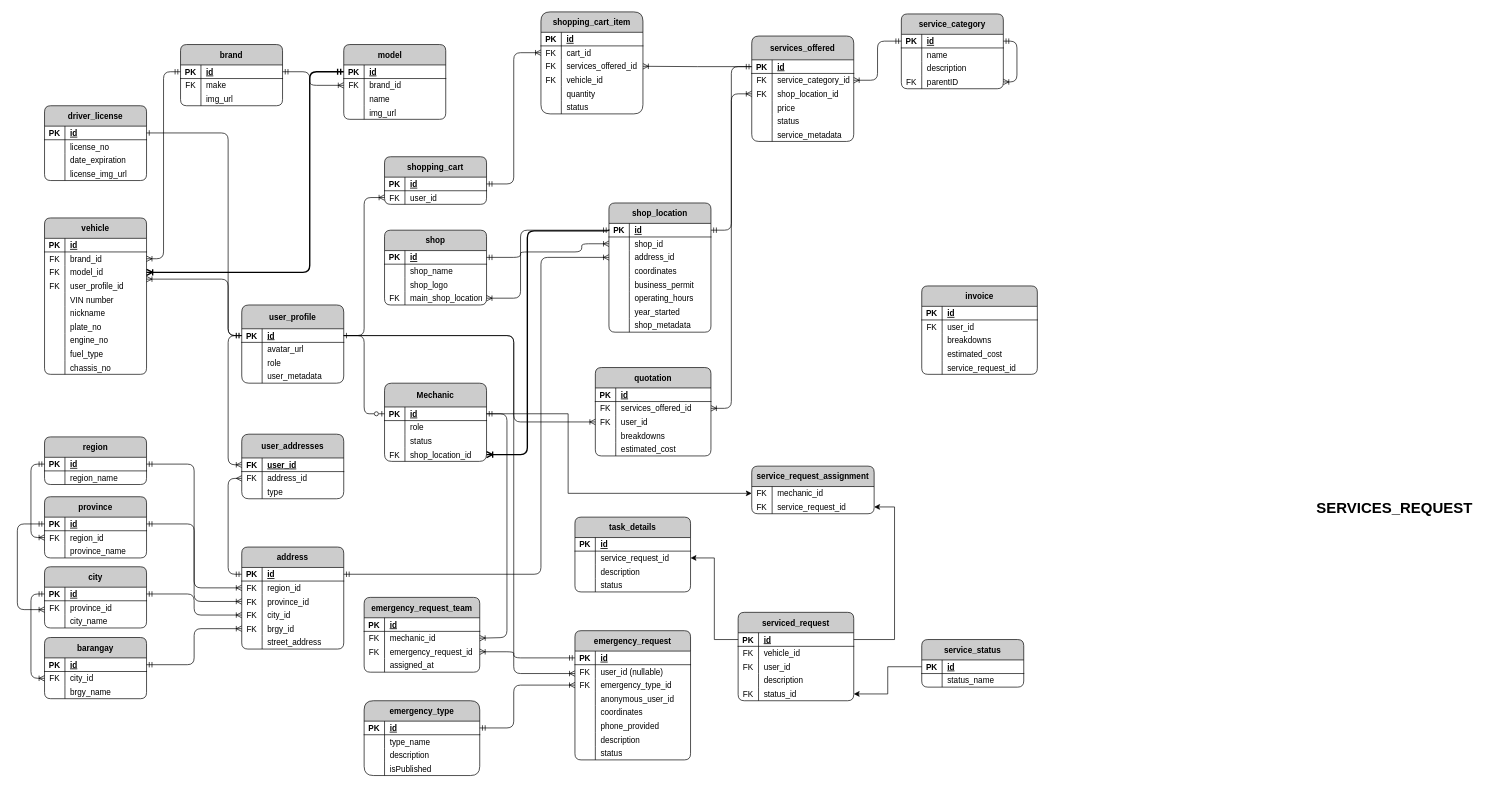
This is Automate ERD.drawio from PitZza04/drawIO, a draw.io file, before an edit. Source tidied: cells renumbered, new cells numbered last; positions are measured from the earlier drawing's top-left corner, leaving out a move shared by most shapes. Both pictures are drawn from the tidied source at 68%, with x=0, y=0 at pixel (17, 12).
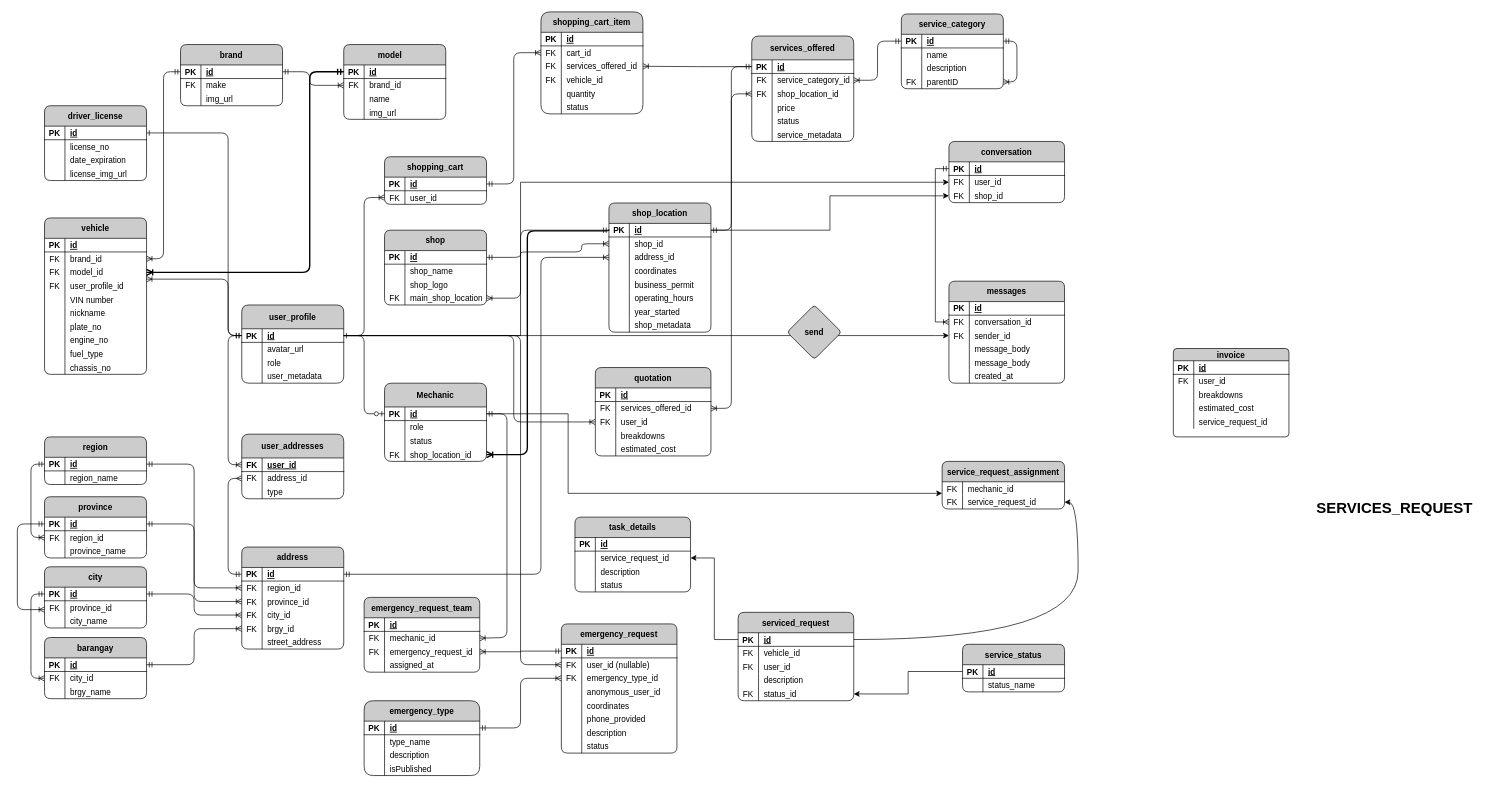
After the change.

The change refers to these unchanged cells:
```xml
<mxCell id="17" style="shape=partialRectangle;fillColor=none;top=0;left=0;bottom=1;right=0;points=[[0,0.5],[1,0.5]];portConstraint=eastwest;shadow=0;" parent="16" vertex="1">
  <mxGeometry y="35" width="150" height="20" as="geometry" />
</mxCell>
<mxCell id="178" style="shape=partialRectangle;fillColor=none;top=0;left=0;bottom=1;right=0;points=[[0,0.5],[1,0.5]];portConstraint=eastwest;shadow=0;" parent="177" vertex="1">
  <mxGeometry y="30" width="170" height="20" as="geometry" />
</mxCell>
<mxCell id="208" style="shape=partialRectangle;fillColor=none;top=0;left=0;bottom=1;right=0;points=[[0,0.5],[1,0.5]];portConstraint=eastwest;shadow=0;" parent="207" vertex="1">
  <mxGeometry y="30" width="150" height="20" as="geometry" />
</mxCell>
<mxCell id="233" style="shape=partialRectangle;fillColor=none;top=0;left=0;bottom=1;right=0;points=[[0,0.5],[1,0.5]];portConstraint=eastwest;shadow=0;" parent="232" vertex="1">
  <mxGeometry y="30" width="170" height="20" as="geometry" />
</mxCell>
<mxCell id="236" style="shape=partialRectangle;fillColor=none;top=0;left=0;bottom=0;right=0;points=[[0,0.5],[1,0.5]];portConstraint=eastwest;shadow=0;" parent="232" vertex="1">
  <mxGeometry y="50" width="170" height="20" as="geometry" />
</mxCell>
<mxCell id="239" style="shape=partialRectangle;fillColor=none;top=0;left=0;bottom=0;right=0;points=[[0,0.5],[1,0.5]];portConstraint=eastwest;shadow=0;" parent="232" vertex="1">
  <mxGeometry y="70" width="170" height="20" as="geometry" />
</mxCell>
<mxCell id="264" style="shape=partialRectangle;fillColor=none;top=0;left=0;bottom=0;right=0;points=[[0,0.5],[1,0.5]];portConstraint=eastwest;shadow=0;" parent="257" vertex="1">
  <mxGeometry y="70" width="170" height="20" as="geometry" />
</mxCell>
<mxCell id="325" style="shape=partialRectangle;fillColor=none;top=0;left=0;bottom=1;right=0;points=[[0,0.5],[1,0.5]];portConstraint=eastwest;shadow=0;" parent="324" vertex="1">
  <mxGeometry y="30" width="170" height="20" as="geometry" />
</mxCell>
<mxCell id="399" style="shape=partialRectangle;fillColor=none;top=0;left=0;bottom=0;right=0;points=[[0,0.5],[1,0.5]];portConstraint=eastwest;shadow=0;" parent="395" vertex="1">
  <mxGeometry y="50" width="180" height="20" as="geometry" />
</mxCell>
```

The edit, as a diff of the source:
```diff
@@
     <mxCell id="232" value="emergency_request" style="shape=table;startSize=30;childLayout=tableLayout;rowLines=0;fontStyle=1;align=center;fillColor=#CCCCCC;strokeColor=#000000;rounded=1;arcSize=10;shadow=0;" parent="1" vertex="1">
-      <mxGeometry x="820" y="910" width="170" height="190" as="geometry" />
+      <mxGeometry x="800" y="900" width="170" height="190" as="geometry" />
     </mxCell>
@@
-    <mxCell id="322" style="edgeStyle=orthogonalEdgeStyle;rounded=1;jettySize=auto;html=1;exitX=0;exitY=0.5;exitDx=0;exitDy=0;endArrow=ERoneToMany;endFill=0;startArrow=ERmandOne;startFill=0;entryX=1;entryY=0.5;entryDx=0;entryDy=0;" parent="1" edge="1" source="233" target="264">
-      <mxGeometry relative="1" as="geometry">
-        <Array as="points">
-          <mxPoint x="730" y="950" />
-          <mxPoint x="730" y="941" />
-        </Array>
-      </mxGeometry>
-    </mxCell>
@@
-    <mxCell id="342" style="edgeStyle=orthogonalEdgeStyle;rounded=1;jettySize=auto;html=1;exitX=1;exitY=0.5;exitDx=0;exitDy=0;entryX=0;entryY=0.5;entryDx=0;entryDy=0;startArrow=ERmandOne;startFill=0;endArrow=ERoneToMany;endFill=0;" parent="1" edge="1" source="178" target="239">
+    <mxCell id="342" style="edgeStyle=orthogonalEdgeStyle;rounded=1;jettySize=auto;html=1;exitX=1;exitY=0.5;exitDx=0;exitDy=0;startArrow=ERmandOne;startFill=0;endArrow=ERoneToMany;endFill=0;" parent="1" edge="1" source="178" target="239">
       <mxGeometry relative="1" as="geometry">
         <Array as="points">
-          <mxPoint x="730" y="1053" />
-          <mxPoint x="730" y="990" />
+          <mxPoint x="740" y="1053" />
+          <mxPoint x="740" y="980" />
         </Array>
       </mxGeometry>
     </mxCell>
@@
-    <mxCell id="348" style="edgeStyle=orthogonalEdgeStyle;rounded=1;jettySize=auto;html=1;exitX=1;exitY=0.5;exitDx=0;exitDy=0;endArrow=ERoneToMany;endFill=0;" parent="1" edge="1" source="17">
+    <mxCell id="348" style="edgeStyle=orthogonalEdgeStyle;rounded=1;jettySize=auto;html=1;exitX=1;exitY=0.5;exitDx=0;exitDy=0;endArrow=ERoneToMany;endFill=0;" parent="1" edge="1" source="17" target="236">
       <mxGeometry relative="1" as="geometry">
-        <mxPoint x="820" y="973" as="targetPoint" />
         <Array as="points">
-          <mxPoint x="730" y="476" />
-          <mxPoint x="730" y="973" />
+          <mxPoint x="740" y="476" />
+          <mxPoint x="740" y="960" />
         </Array>
       </mxGeometry>
     </mxCell>
@@
-    <mxCell id="366" value="invoice" style="shape=table;startSize=30;childLayout=tableLayout;rowLines=0;fontStyle=1;align=center;fillColor=#CCCCCC;strokeColor=#000000;rounded=1;arcSize=10;shadow=0;" parent="1" vertex="1">
-      <mxGeometry x="1330" y="403" width="170" height="130" as="geometry" />
+    <mxCell id="366" value="invoice" style="shape=table;startSize=18;childLayout=tableLayout;rowLines=0;fontStyle=1;align=center;fillColor=#CCCCCC;strokeColor=#000000;rounded=1;arcSize=10;shadow=0;" parent="1" vertex="1">
+      <mxGeometry x="1700" y="495" width="170" height="130" as="geometry" />
     </mxCell>
     <mxCell id="367" style="shape=partialRectangle;fillColor=none;top=0;left=0;bottom=1;right=0;shadow=0;" parent="366" vertex="1">
-      <mxGeometry y="30" width="170" height="20" as="geometry" />
+      <mxGeometry y="18" width="170" height="20" as="geometry" />
     </mxCell>
@@
     <mxCell id="370" style="shape=partialRectangle;fillColor=none;top=0;left=0;bottom=0;right=0;shadow=0;" parent="366" vertex="1">
-      <mxGeometry y="50" width="170" height="20" as="geometry" />
+      <mxGeometry y="38" width="170" height="20" as="geometry" />
     </mxCell>
@@
     <mxCell id="373" style="shape=partialRectangle;fillColor=none;top=0;left=0;bottom=0;right=0;shadow=0;" parent="366" vertex="1">
-      <mxGeometry y="70" width="170" height="20" as="geometry" />
+      <mxGeometry y="58" width="170" height="20" as="geometry" />
     </mxCell>
@@
     <mxCell id="376" style="shape=partialRectangle;fillColor=none;top=0;left=0;bottom=0;right=0;shadow=0;" parent="366" vertex="1">
-      <mxGeometry y="90" width="170" height="20" as="geometry" />
+      <mxGeometry y="78" width="170" height="20" as="geometry" />
     </mxCell>
@@
     <mxCell id="379" style="shape=partialRectangle;fillColor=none;top=0;left=0;bottom=0;right=0;shadow=0;" parent="366" vertex="1">
-      <mxGeometry y="110" width="170" height="20" as="geometry" />
+      <mxGeometry y="98" width="170" height="20" as="geometry" />
     </mxCell>
@@
     <mxCell id="395" value="service_request_assignment" style="shape=table;startSize=30;childLayout=tableLayout;rowLines=0;fontStyle=1;align=center;fillColor=#CCCCCC;strokeColor=#000000;rounded=1;arcSize=10;shadow=0;" parent="1" vertex="1">
-      <mxGeometry x="1080" y="668" width="180" height="70" as="geometry" />
+      <mxGeometry x="1360" y="661" width="180" height="70" as="geometry" />
     </mxCell>
@@
     <mxCell id="402" value="service_status" style="shape=table;startSize=30;childLayout=tableLayout;rowLines=0;fontStyle=1;align=center;fillColor=#CCCCCC;strokeColor=#000000;rounded=1;arcSize=10;shadow=0;" parent="1" vertex="1">
-      <mxGeometry x="1330" y="923" width="150" height="70" as="geometry" />
+      <mxGeometry x="1390" y="930" width="150" height="70" as="geometry" />
     </mxCell>
@@
-    <mxCell id="416" style="edgeStyle=orthogonalEdgeStyle;rounded=0;jettySize=auto;html=1;exitX=1;exitY=0.5;exitDx=0;exitDy=0;entryX=1;entryY=0.5;entryDx=0;entryDy=0;" parent="1" edge="1" source="325" target="399">
-      <mxGeometry relative="1" as="geometry">
-        <Array as="points">
-          <mxPoint x="1290" y="923" />
-          <mxPoint x="1290" y="728" />
-        </Array>
-      </mxGeometry>
+    <mxCell id="416" style="edgeStyle=orthogonalEdgeStyle;rounded=0;jettySize=auto;html=1;exitX=1;exitY=0.5;exitDx=0;exitDy=0;entryX=1;entryY=0.5;entryDx=0;entryDy=0;curved=1;" parent="1" edge="1" source="325" target="399">
+      <mxGeometry relative="1" as="geometry" />
     </mxCell>
@@
+    <mxCell id="419" value="conversation" style="shape=table;startSize=30;childLayout=tableLayout;rowLines=0;fontStyle=1;align=center;fillColor=#CCCCCC;strokeColor=#000000;rounded=1;arcSize=10;shadow=0;" parent="1" vertex="1">
+      <mxGeometry x="1370" y="190.5" width="170" height="90" as="geometry" />
+    </mxCell>
+    <mxCell id="420" style="shape=partialRectangle;fillColor=none;top=0;left=0;bottom=1;right=0;points=[[0,0.5],[1,0.5]];portConstraint=eastwest;shadow=0;" parent="419" vertex="1">
+      <mxGeometry y="30" width="170" height="20" as="geometry" />
+    </mxCell>
+    <mxCell id="421" value="PK" style="shape=partialRectangle;fillColor=none;top=0;left=0;bottom=0;right=0;fontStyle=1;overflow=hidden;shadow=0;" parent="420" vertex="1">
+      <mxGeometry width="30" height="20" as="geometry" />
+    </mxCell>
+    <mxCell id="422" value="id" style="shape=partialRectangle;fillColor=none;top=0;left=0;bottom=0;right=0;align=left;spacingLeft=6;fontStyle=5;overflow=hidden;shadow=0;" parent="420" vertex="1">
+      <mxGeometry x="30" width="140" height="20" as="geometry" />
+    </mxCell>
+    <mxCell id="423" style="shape=partialRectangle;fillColor=none;top=0;left=0;bottom=0;right=0;points=[[0,0.5],[1,0.5]];portConstraint=eastwest;shadow=0;" parent="419" vertex="1">
+      <mxGeometry y="50" width="170" height="20" as="geometry" />
+    </mxCell>
+    <mxCell id="424" value="FK" style="shape=partialRectangle;fillColor=none;top=0;left=0;bottom=0;right=0;overflow=hidden;shadow=0;" parent="423" vertex="1">
+      <mxGeometry width="30" height="20" as="geometry" />
+    </mxCell>
+    <mxCell id="425" value="user_id" style="shape=partialRectangle;fillColor=none;top=0;left=0;bottom=0;right=0;align=left;spacingLeft=6;overflow=hidden;shadow=0;" parent="423" vertex="1">
+      <mxGeometry x="30" width="140" height="20" as="geometry" />
+    </mxCell>
+    <mxCell id="426" style="shape=partialRectangle;fillColor=none;top=0;left=0;bottom=0;right=0;points=[[0,0.5],[1,0.5]];portConstraint=eastwest;shadow=0;" parent="419" vertex="1">
+      <mxGeometry y="70" width="170" height="20" as="geometry" />
+    </mxCell>
+    <mxCell id="427" value="FK" style="shape=partialRectangle;fillColor=none;top=0;left=0;bottom=0;right=0;overflow=hidden;shadow=0;" parent="426" vertex="1">
+      <mxGeometry width="30" height="20" as="geometry" />
+    </mxCell>
+    <mxCell id="428" value="shop_id" style="shape=partialRectangle;fillColor=none;top=0;left=0;bottom=0;right=0;align=left;spacingLeft=6;overflow=hidden;shadow=0;" parent="426" vertex="1">
+      <mxGeometry x="30" width="140" height="20" as="geometry" />
+    </mxCell>
+    <mxCell id="429" value="messages" style="shape=table;startSize=30;childLayout=tableLayout;rowLines=0;fontStyle=1;align=center;fillColor=#CCCCCC;strokeColor=#000000;rounded=1;arcSize=10;shadow=0;" parent="1" vertex="1">
+      <mxGeometry x="1370" y="396" width="170" height="150" as="geometry" />
+    </mxCell>
+    <mxCell id="430" style="shape=partialRectangle;fillColor=none;top=0;left=0;bottom=1;right=0;shadow=0;" parent="429" vertex="1">
+      <mxGeometry y="30" width="170" height="20" as="geometry" />
+    </mxCell>
+    <mxCell id="431" value="PK" style="shape=partialRectangle;fillColor=none;top=0;left=0;bottom=0;right=0;fontStyle=1;overflow=hidden;shadow=0;" parent="430" vertex="1">
+      <mxGeometry width="30" height="20" as="geometry" />
+    </mxCell>
+    <mxCell id="432" value="id" style="shape=partialRectangle;fillColor=none;top=0;left=0;bottom=0;right=0;align=left;spacingLeft=6;fontStyle=5;overflow=hidden;shadow=0;" parent="430" vertex="1">
+      <mxGeometry x="30" width="140" height="20" as="geometry" />
+    </mxCell>
+    <mxCell id="433" style="shape=partialRectangle;fillColor=none;top=0;left=0;bottom=0;right=0;points=[[0,0.5],[1,0.5]];portConstraint=eastwest;shadow=0;" parent="429" vertex="1">
+      <mxGeometry y="50" width="170" height="20" as="geometry" />
+    </mxCell>
+    <mxCell id="434" value="FK" style="shape=partialRectangle;fillColor=none;top=0;left=0;bottom=0;right=0;overflow=hidden;shadow=0;" parent="433" vertex="1">
+      <mxGeometry width="30" height="20" as="geometry" />
+    </mxCell>
+    <mxCell id="435" value="conversation_id" style="shape=partialRectangle;fillColor=none;top=0;left=0;bottom=0;right=0;align=left;spacingLeft=6;overflow=hidden;shadow=0;" parent="433" vertex="1">
+      <mxGeometry x="30" width="140" height="20" as="geometry" />
+    </mxCell>
+    <mxCell id="436" style="shape=partialRectangle;fillColor=none;top=0;left=0;bottom=0;right=0;points=[[0,0.5],[1,0.5]];portConstraint=eastwest;shadow=0;" parent="429" vertex="1">
+      <mxGeometry y="70" width="170" height="20" as="geometry" />
+    </mxCell>
+    <mxCell id="437" value="FK" style="shape=partialRectangle;fillColor=none;top=0;left=0;bottom=0;right=0;overflow=hidden;shadow=0;" parent="436" vertex="1">
+      <mxGeometry width="30" height="20" as="geometry" />
+    </mxCell>
+    <mxCell id="438" value="sender_id" style="shape=partialRectangle;fillColor=none;top=0;left=0;bottom=0;right=0;align=left;spacingLeft=6;overflow=hidden;shadow=0;" parent="436" vertex="1">
+      <mxGeometry x="30" width="140" height="20" as="geometry" />
+    </mxCell>
+    <mxCell id="439" style="shape=partialRectangle;fillColor=none;top=0;left=0;bottom=0;right=0;shadow=0;" parent="429" vertex="1">
+      <mxGeometry y="90" width="170" height="20" as="geometry" />
+    </mxCell>
+    <mxCell id="440" style="shape=partialRectangle;fillColor=none;top=0;left=0;bottom=0;right=0;overflow=hidden;shadow=0;" parent="439" vertex="1">
+      <mxGeometry width="30" height="20" as="geometry" />
+    </mxCell>
+    <mxCell id="441" value="message_body" style="shape=partialRectangle;fillColor=none;top=0;left=0;bottom=0;right=0;align=left;spacingLeft=6;overflow=hidden;shadow=0;" parent="439" vertex="1">
+      <mxGeometry x="30" width="140" height="20" as="geometry" />
+    </mxCell>
+    <mxCell id="442" style="shape=partialRectangle;fillColor=none;top=0;left=0;bottom=0;right=0;shadow=0;" parent="429" vertex="1">
+      <mxGeometry y="110" width="170" height="20" as="geometry" />
+    </mxCell>
+    <mxCell id="443" style="shape=partialRectangle;fillColor=none;top=0;left=0;bottom=0;right=0;overflow=hidden;shadow=0;" parent="442" vertex="1">
+      <mxGeometry width="30" height="20" as="geometry" />
+    </mxCell>
+    <mxCell id="444" value="message_body" style="shape=partialRectangle;fillColor=none;top=0;left=0;bottom=0;right=0;align=left;spacingLeft=6;overflow=hidden;shadow=0;" parent="442" vertex="1">
+      <mxGeometry x="30" width="140" height="20" as="geometry" />
+    </mxCell>
+    <mxCell id="445" style="shape=partialRectangle;fillColor=none;top=0;left=0;bottom=0;right=0;shadow=0;" parent="429" vertex="1">
+      <mxGeometry y="130" width="170" height="20" as="geometry" />
+    </mxCell>
+    <mxCell id="446" style="shape=partialRectangle;fillColor=none;top=0;left=0;bottom=0;right=0;overflow=hidden;shadow=0;" parent="445" vertex="1">
+      <mxGeometry width="30" height="20" as="geometry" />
+    </mxCell>
+    <mxCell id="447" value="created_at" style="shape=partialRectangle;fillColor=none;top=0;left=0;bottom=0;right=0;align=left;spacingLeft=6;overflow=hidden;shadow=0;" parent="445" vertex="1">
+      <mxGeometry x="30" width="140" height="20" as="geometry" />
+    </mxCell>
+    <mxCell id="322" style="edgeStyle=orthogonalEdgeStyle;rounded=1;jettySize=auto;html=1;entryX=1;entryY=0.5;entryDx=0;entryDy=0;startArrow=ERmandOne;startFill=0;endArrow=ERoneToMany;endFill=0;" parent="1" edge="1" source="233" target="264">
+      <mxGeometry relative="1" as="geometry" />
+    </mxCell>
+    <mxCell id="448" style="edgeStyle=orthogonalEdgeStyle;rounded=0;jettySize=auto;html=1;exitX=0;exitY=0.5;exitDx=0;exitDy=0;entryX=0;entryY=0.5;entryDx=0;entryDy=0;startArrow=ERmandOne;startFill=0;endArrow=ERoneToMany;endFill=0;" parent="1" edge="1" source="420" target="433">
+      <mxGeometry relative="1" as="geometry" />
+    </mxCell>
+    <mxCell id="449" style="edgeStyle=orthogonalEdgeStyle;rounded=0;jettySize=auto;html=1;exitX=1;exitY=0.5;exitDx=0;exitDy=0;entryX=0;entryY=0.5;entryDx=0;entryDy=0;" parent="1" edge="1" source="17" target="423">
+      <mxGeometry relative="1" as="geometry">
+        <Array as="points">
+          <mxPoint x="740" y="476" />
+          <mxPoint x="740" y="251" />
+        </Array>
+      </mxGeometry>
+    </mxCell>
+    <mxCell id="450" style="edgeStyle=orthogonalEdgeStyle;rounded=0;jettySize=auto;html=1;exitX=1;exitY=0.5;exitDx=0;exitDy=0;" parent="1" edge="1" source="208" target="426">
+      <mxGeometry relative="1" as="geometry" />
+    </mxCell>
+    <mxCell id="451" style="edgeStyle=orthogonalEdgeStyle;rounded=0;jettySize=auto;html=1;exitX=1;exitY=0.5;exitDx=0;exitDy=0;" parent="1" edge="1" source="17" target="436">
+      <mxGeometry relative="1" as="geometry">
+        <Array as="points">
+          <mxPoint x="1350" y="476" />
+          <mxPoint x="1350" y="476" />
+        </Array>
+      </mxGeometry>
+    </mxCell>
+    <mxCell id="452" value="send" style="rhombus;whiteSpace=wrap;html=1;fillColor=#CCCCCC;strokeColor=#000000;startSize=30;fontStyle=1;rounded=1;arcSize=10;shadow=0;" parent="1" vertex="1">
+      <mxGeometry x="1132" y="431" width="80" height="80" as="geometry" />
+    </mxCell>
```
